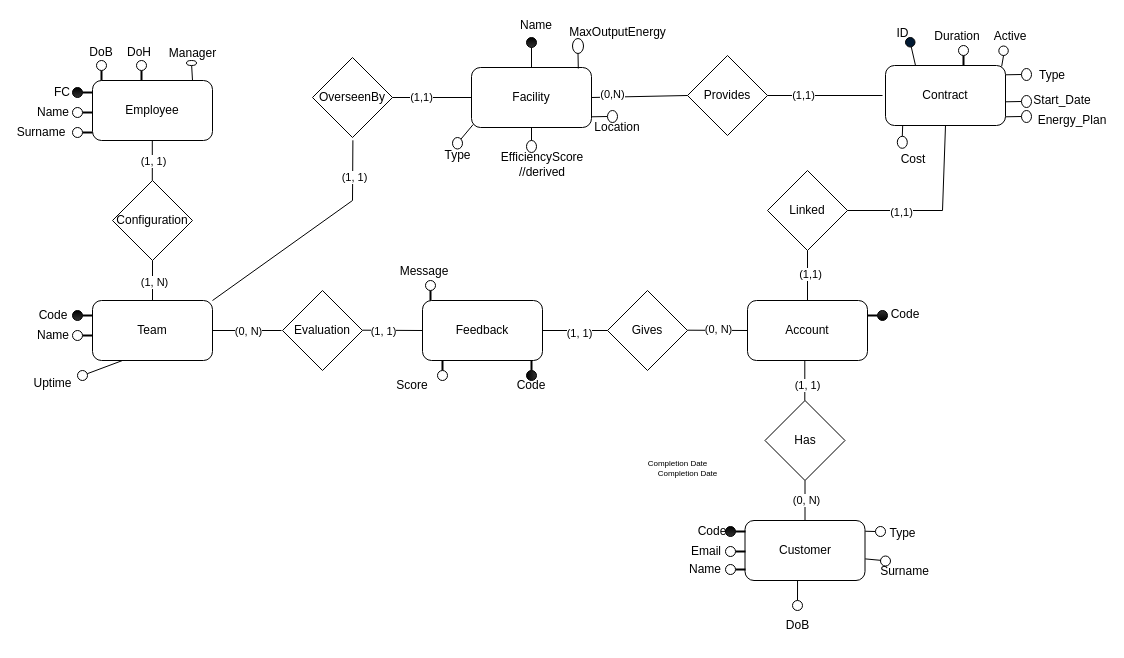
Earlier version of the draw.io diagram Exam/Documentation/Draw/ER.drawio (Fonty02/DBSystems). Source tidied: cells renumbered, new cells numbered last; positions are measured from the earlier drawing's top-left corner, leaving out a move shared by most shapes. Both pictures are drawn from the tidied source at 100%, with x=0, y=0 at pixel (22, 16).
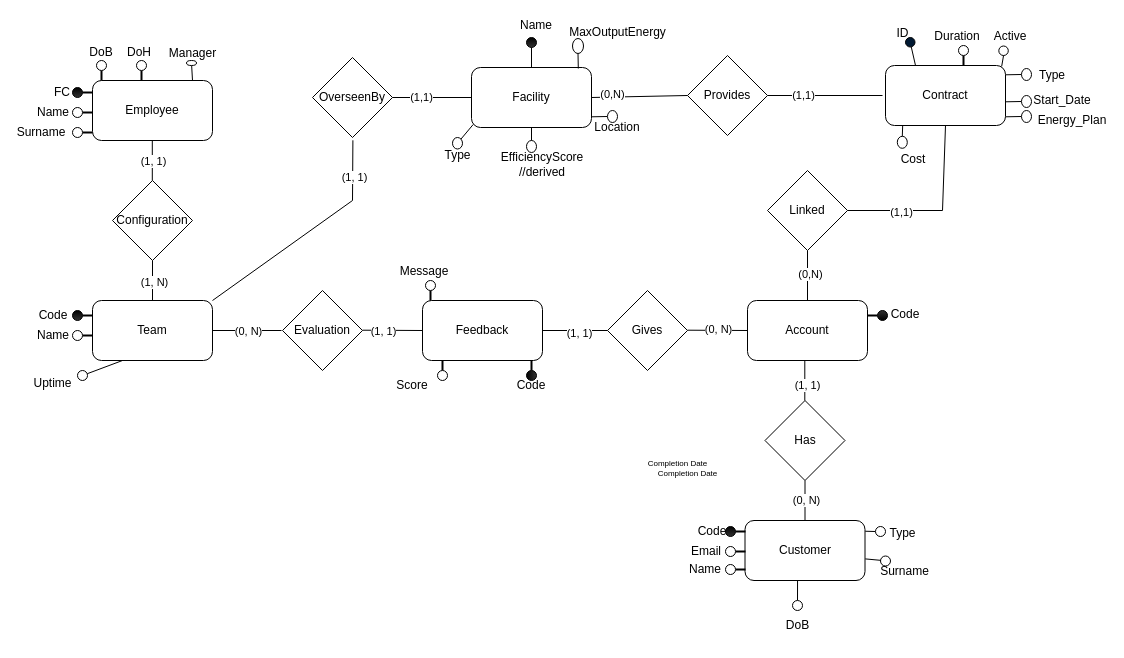
After the change.

The change refers to these unchanged cells:
```xml
<mxCell id="124" style="endArrow=none;html=1;rounded=0;entryX=0.5;entryY=1;entryDx=0;entryDy=0;exitX=0.5;exitY=0;exitDx=0;exitDy=0;" parent="1" edge="1" source="7" target="121">
  <mxGeometry relative="1" as="geometry" />
</mxCell>
```

What changed in the source:
```diff
@@
-    <mxCell id="125" value="(1,1)" style="edgeLabel;html=1;align=center;verticalAlign=middle;" parent="124" vertex="1">
+    <mxCell id="125" value="(0,N)" style="edgeLabel;html=1;align=center;verticalAlign=middle;" parent="124" vertex="1">
       <mxGeometry x="0.08" y="-2" relative="1" as="geometry" />
     </mxCell>
```
